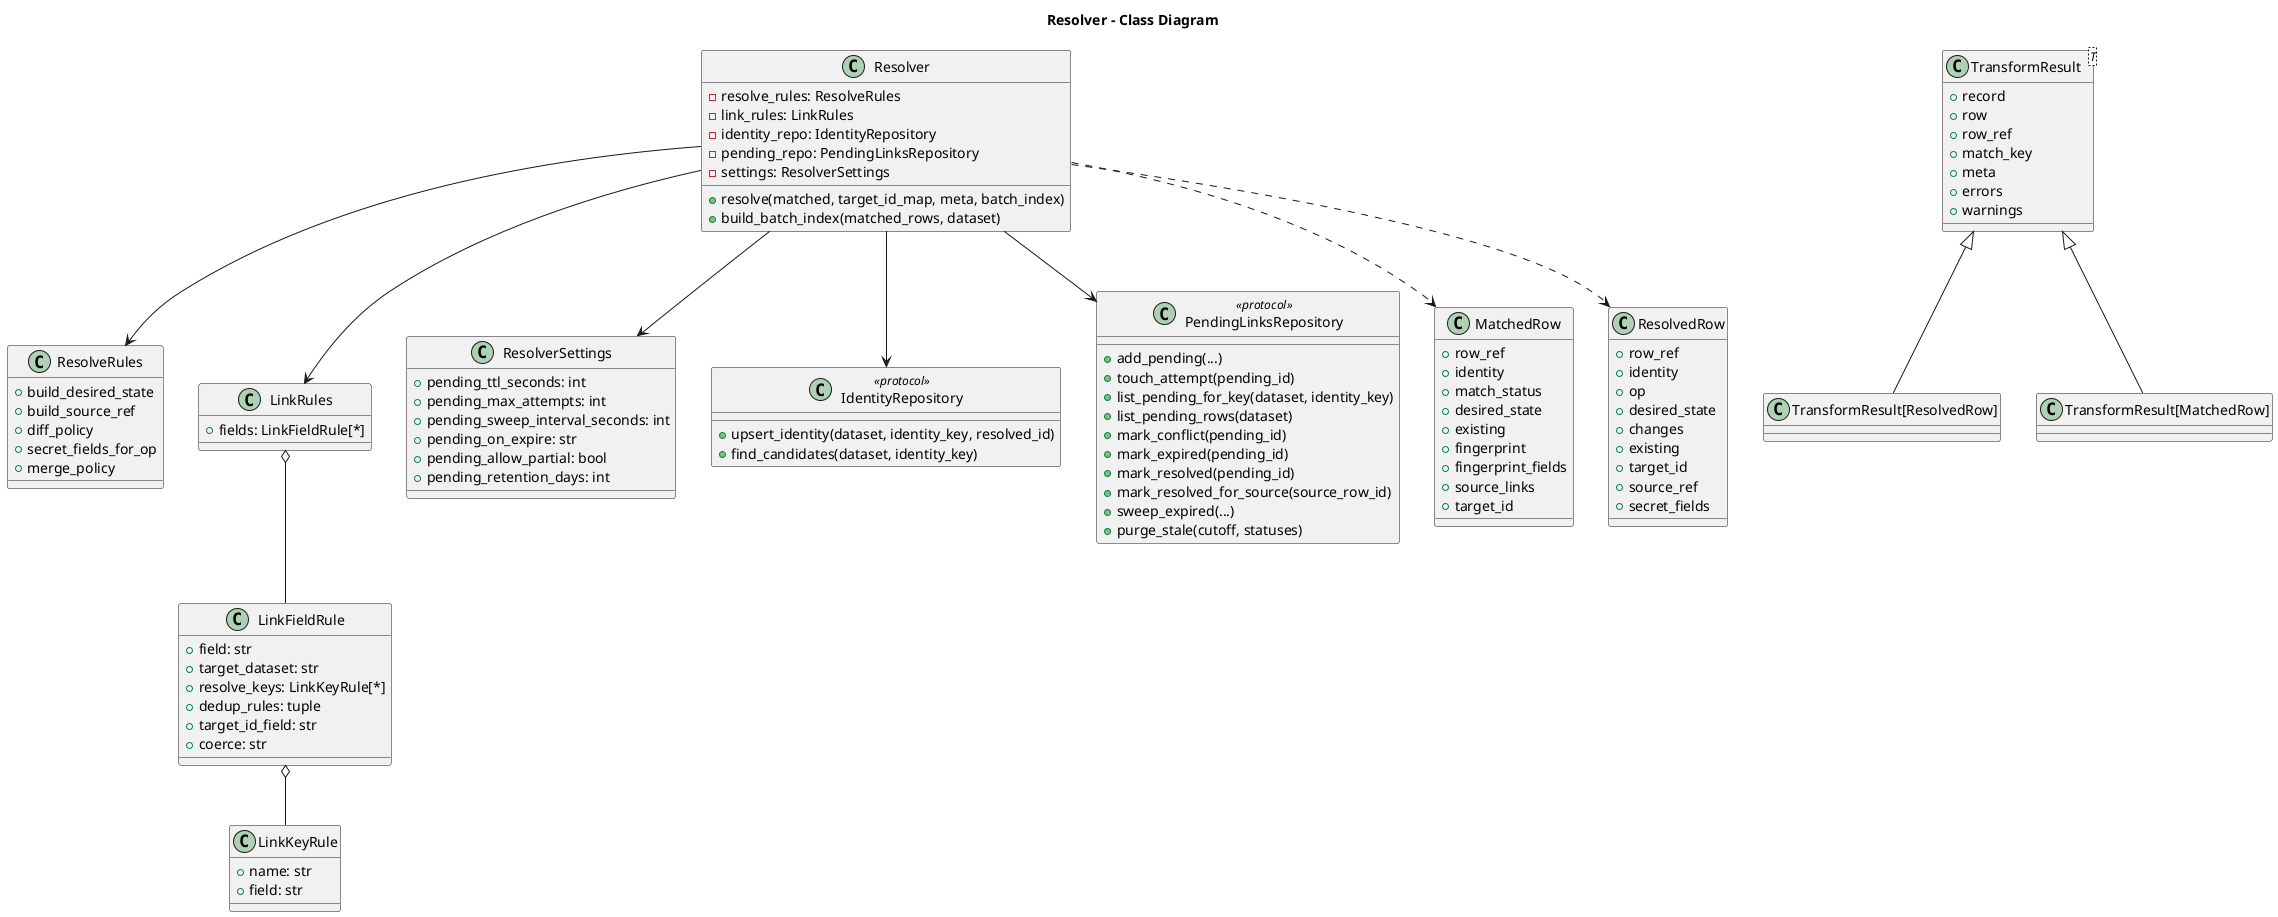
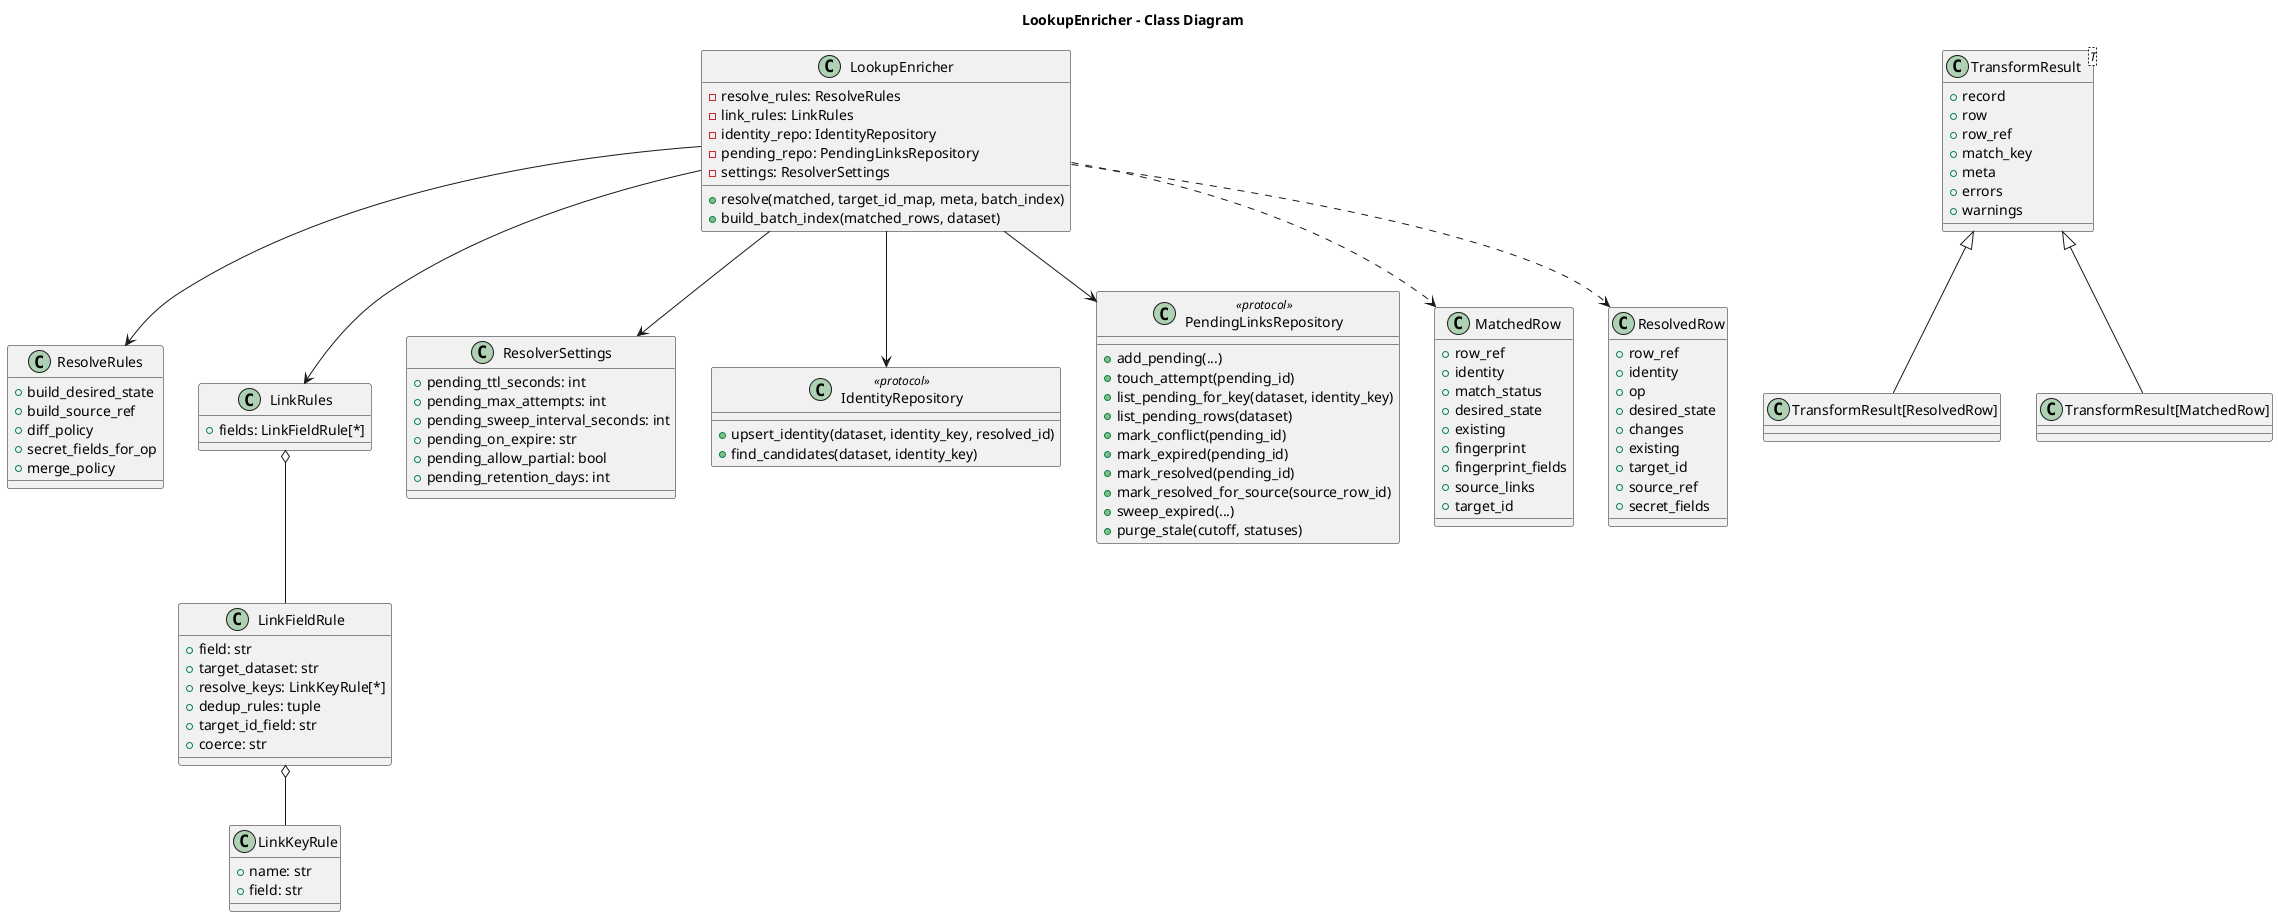
@startuml
- title Resolver - Class Diagram
+ title LookupEnricher - Class Diagram

- class Resolver {
+ class LookupEnricher {
  - resolve_rules: ResolveRules
  - link_rules: LinkRules
  - identity_repo: IdentityRepository
  - pending_repo: PendingLinksRepository
  - settings: ResolverSettings
  + resolve(matched, target_id_map, meta, batch_index)
  + build_batch_index(matched_rows, dataset)
}

class ResolveRules {
  + build_desired_state
  + build_source_ref
  + diff_policy
  + secret_fields_for_op
  + merge_policy
}

class LinkRules {
  + fields: LinkFieldRule[*]
}

class LinkFieldRule {
  + field: str
  + target_dataset: str
  + resolve_keys: LinkKeyRule[*]
  + dedup_rules: tuple
  + target_id_field: str
  + coerce: str
}

class LinkKeyRule {
  + name: str
  + field: str
}

class ResolverSettings {
  + pending_ttl_seconds: int
  + pending_max_attempts: int
  + pending_sweep_interval_seconds: int
  + pending_on_expire: str
  + pending_allow_partial: bool
  + pending_retention_days: int
}

class IdentityRepository <<protocol>> {
  + upsert_identity(dataset, identity_key, resolved_id)
  + find_candidates(dataset, identity_key)
}

class PendingLinksRepository <<protocol>> {
  + add_pending(...)
  + touch_attempt(pending_id)
  + list_pending_for_key(dataset, identity_key)
  + list_pending_rows(dataset)
  + mark_conflict(pending_id)
  + mark_expired(pending_id)
  + mark_resolved(pending_id)
  + mark_resolved_for_source(source_row_id)
  + sweep_expired(...)
  + purge_stale(cutoff, statuses)
}

class MatchedRow {
  + row_ref
  + identity
  + match_status
  + desired_state
  + existing
  + fingerprint
  + fingerprint_fields
  + source_links
  + target_id
}

class ResolvedRow {
  + row_ref
  + identity
  + op
  + desired_state
  + changes
  + existing
  + target_id
  + source_ref
  + secret_fields
}

class TransformResult<T> {
  + record
  + row
  + row_ref
  + match_key
  + meta
  + errors
  + warnings
}

- Resolver --> ResolveRules
- Resolver --> LinkRules
- Resolver --> IdentityRepository
- Resolver --> PendingLinksRepository
- Resolver --> ResolverSettings
- Resolver ..> MatchedRow
- Resolver ..> ResolvedRow
+ LookupEnricher --> ResolveRules
+ LookupEnricher --> LinkRules
+ LookupEnricher --> IdentityRepository
+ LookupEnricher --> PendingLinksRepository
+ LookupEnricher --> ResolverSettings
+ LookupEnricher ..> MatchedRow
+ LookupEnricher ..> ResolvedRow
TransformResult <|-- "TransformResult[ResolvedRow]"
TransformResult <|-- "TransformResult[MatchedRow]"
LinkRules o-- LinkFieldRule
LinkFieldRule o-- LinkKeyRule

@enduml
